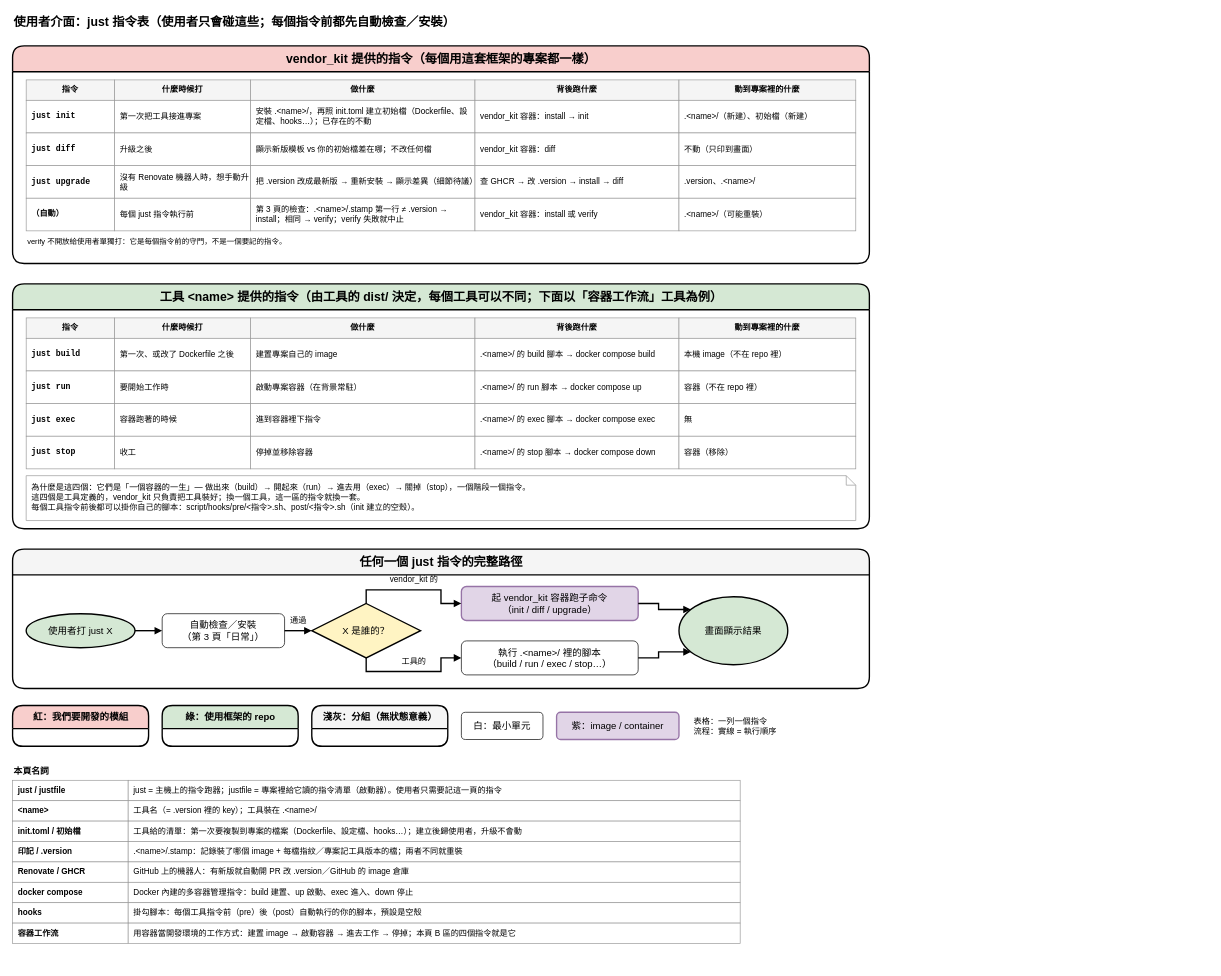
This is page "9. 使用者介面：just 指令表" (9 of 9) of dist_distribution.drawio from ycpss91255-research/vendor_kit, a draw.io file, before an edit. Source tidied: cells renumbered, new cells numbered last; positions are measured from the earlier drawing's top-left corner, leaving out a move shared by most shapes. Both pictures are drawn from the tidied source at 68%, with x=0, y=0 at pixel (12, 12).
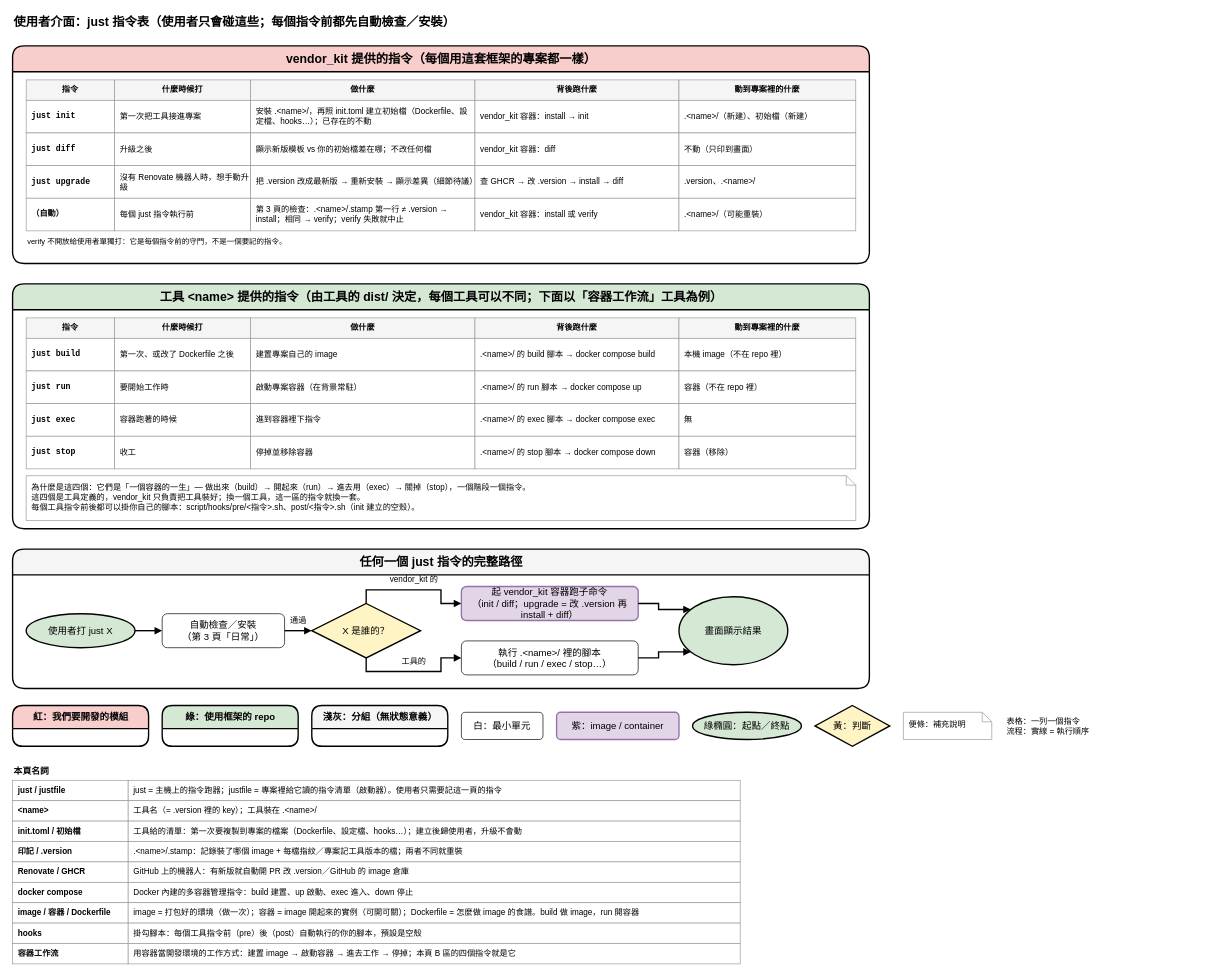
Above is the later version.

Commit message (it also covers changes not shown here):
第 7/8/9 頁：修第 1 輪審查 12 項（圖例補判斷／起終點／便條／資料夾／檔案、名詞表補 repo／git／tag／GHCR／hooks／TOML／image／容器、upgrade 為組合操作、VERSION 說明）；notes 補印記第一行來源

Unchanged cells that the change refers to:
```xml
<mxCell id="57" value="任何一個 just 指令的完整路徑" style="swimlane;html=1;rounded=1;startSize=38;fontStyle=1;fontSize=18;fillColor=#f5f5f5;swimlaneFillColor=#ffffff;strokeColor=#000000;strokeWidth=2;" parent="1" vertex="1">
  <mxGeometry y="790" width="1260" height="205" as="geometry" />
</mxCell>
```

Diff of the diagram source:
```diff
@@
-    <mxCell id="61" value="起 vendor_kit 容器跑子命令&lt;br&gt;（init / diff / upgrade）" style="rounded=1;whiteSpace=wrap;html=1;fillColor=#e1d5e7;strokeColor=#9673a6;fontSize=14;strokeWidth=2;" parent="57" vertex="1">
+    <mxCell id="61" value="起 vendor_kit 容器跑子命令&lt;br&gt;（init / diff；upgrade = 改 .version 再 install + diff）" style="rounded=1;whiteSpace=wrap;html=1;fillColor=#e1d5e7;strokeColor=#9673a6;fontSize=14;strokeWidth=2;" parent="57" vertex="1">
       <mxGeometry x="660" y="55" width="260" height="50" as="geometry" />
     </mxCell>
@@
+    <mxCell id="93" value="綠橢圓：起點／終點" style="ellipse;whiteSpace=wrap;html=1;fillColor=#d5e8d4;strokeColor=#000000;strokeWidth=2;fontSize=14;" parent="1" vertex="1">
+      <mxGeometry x="1000" y="1030" width="160" height="40" as="geometry" />
+    </mxCell>
+    <mxCell id="94" value="黃：判斷" style="rhombus;whiteSpace=wrap;html=1;fillColor=#FFF4C3;strokeColor=#000000;strokeWidth=2;fontSize=14;" parent="1" vertex="1">
+      <mxGeometry x="1180" y="1020" width="110" height="60" as="geometry" />
+    </mxCell>
+    <mxCell id="95" value="便條：補充說明" style="shape=note;whiteSpace=wrap;html=1;size=14;fillColor=#ffffff;strokeColor=#999999;align=left;verticalAlign=top;spacingLeft=6;spacingTop=4;fontSize=12;" parent="1" vertex="1">
+      <mxGeometry x="1310" y="1030" width="130" height="40" as="geometry" />
+    </mxCell>
     <mxCell id="75" value="表格：一列一個指令&lt;br&gt;流程：實線 = 執行順序" style="text;html=1;whiteSpace=wrap;align=center;verticalAlign=middle;fontSize=12;strokeColor=none;fillColor=none;align=left;" parent="1" vertex="1">
-      <mxGeometry x="1000" y="1020" width="300" height="60" as="geometry" />
+      <mxGeometry x="1460" y="1020" width="300" height="60" as="geometry" />
     </mxCell>
@@
-    <mxCell id="89" value="hooks" style="rounded=0;whiteSpace=wrap;html=1;fillColor=#ffffff;strokeColor=#999999;fontSize=12;fontStyle=1;align=left;spacingLeft=6;strokeWidth=1;" parent="1" vertex="1">
+    <mxCell id="89" value="image / 容器 / Dockerfile" style="rounded=0;whiteSpace=wrap;html=1;fillColor=#ffffff;strokeColor=#999999;fontSize=12;fontStyle=1;align=left;spacingLeft=6;strokeWidth=1;" parent="1" vertex="1">
       <mxGeometry y="1310" width="170" height="30" as="geometry" />
     </mxCell>
-    <mxCell id="90" value="掛勾腳本：每個工具指令前（pre）後（post）自動執行的你的腳本，預設是空殼" style="rounded=0;whiteSpace=wrap;html=1;fillColor=#ffffff;strokeColor=#999999;fontSize=12;align=left;spacingLeft=6;strokeWidth=1;" parent="1" vertex="1">
+    <mxCell id="90" value="image = 打包好的環境（做一次）；容器 = image 開起來的實例（可開可關）；Dockerfile = 怎麼做 image 的食譜。build 做 image，run 開容器" style="rounded=0;whiteSpace=wrap;html=1;fillColor=#ffffff;strokeColor=#999999;fontSize=12;align=left;spacingLeft=6;strokeWidth=1;" parent="1" vertex="1">
       <mxGeometry x="170" y="1310" width="900" height="30" as="geometry" />
     </mxCell>
-    <mxCell id="91" value="容器工作流" style="rounded=0;whiteSpace=wrap;html=1;fillColor=#ffffff;strokeColor=#999999;fontSize=12;fontStyle=1;align=left;spacingLeft=6;strokeWidth=1;" parent="1" vertex="1">
+    <mxCell id="91" value="hooks" style="rounded=0;whiteSpace=wrap;html=1;fillColor=#ffffff;strokeColor=#999999;fontSize=12;fontStyle=1;align=left;spacingLeft=6;strokeWidth=1;" parent="1" vertex="1">
       <mxGeometry y="1340" width="170" height="30" as="geometry" />
     </mxCell>
-    <mxCell id="92" value="用容器當開發環境的工作方式：建置 image → 啟動容器 → 進去工作 → 停掉；本頁 B 區的四個指令就是它" style="rounded=0;whiteSpace=wrap;html=1;fillColor=#ffffff;strokeColor=#999999;fontSize=12;align=left;spacingLeft=6;strokeWidth=1;" parent="1" vertex="1">
+    <mxCell id="92" value="掛勾腳本：每個工具指令前（pre）後（post）自動執行的你的腳本，預設是空殼" style="rounded=0;whiteSpace=wrap;html=1;fillColor=#ffffff;strokeColor=#999999;fontSize=12;align=left;spacingLeft=6;strokeWidth=1;" parent="1" vertex="1">
       <mxGeometry x="170" y="1340" width="900" height="30" as="geometry" />
     </mxCell>
+    <mxCell id="96" value="容器工作流" style="rounded=0;whiteSpace=wrap;html=1;fillColor=#ffffff;strokeColor=#999999;fontSize=12;fontStyle=1;align=left;spacingLeft=6;strokeWidth=1;" parent="1" vertex="1">
+      <mxGeometry y="1370" width="170" height="30" as="geometry" />
+    </mxCell>
+    <mxCell id="97" value="用容器當開發環境的工作方式：建置 image → 啟動容器 → 進去工作 → 停掉；本頁 B 區的四個指令就是它" style="rounded=0;whiteSpace=wrap;html=1;fillColor=#ffffff;strokeColor=#999999;fontSize=12;align=left;spacingLeft=6;strokeWidth=1;" parent="1" vertex="1">
+      <mxGeometry x="170" y="1370" width="900" height="30" as="geometry" />
+    </mxCell>
```
